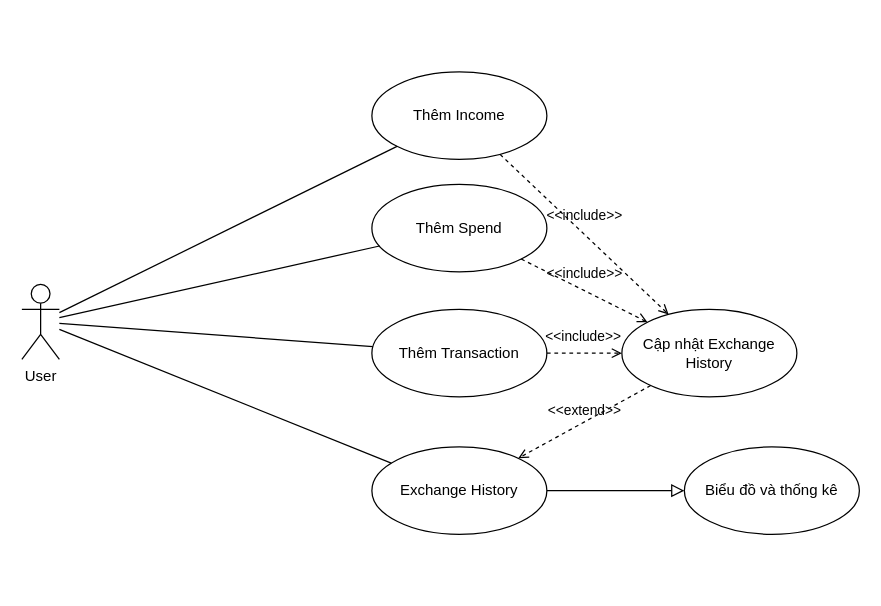
Before: design UML/ExchangeManagement.drawio in vulm-neo01/financial-management, a draw.io diagram. Source tidied: cells renumbered, new cells numbered last; positions are measured from the earlier drawing's top-left corner, leaving out a move shared by most shapes. Both pictures are drawn from the tidied source at 125%, with x=0, y=0 at pixel (21, 71).
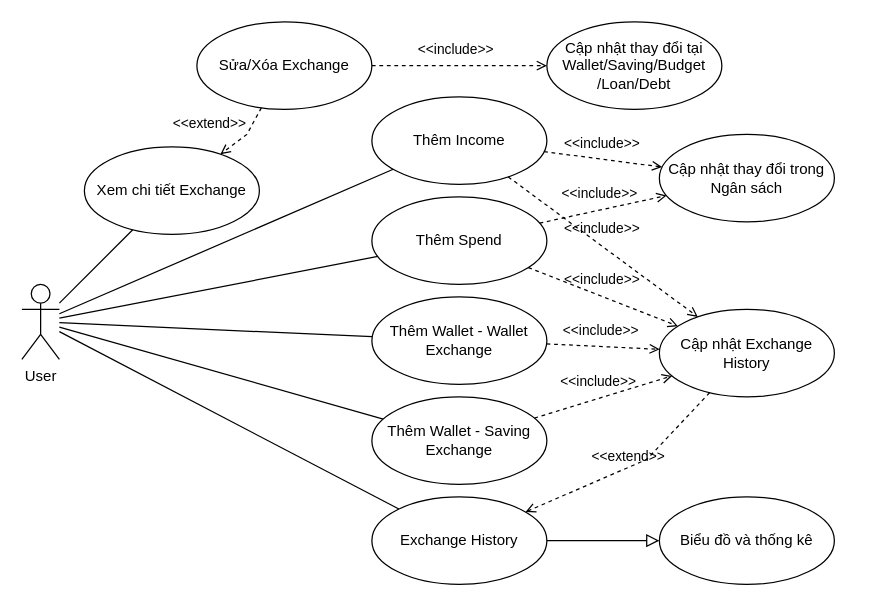
After the change.

Unchanged cells that the change refers to:
```xml
<mxCell id="2" value="User" style="shape=umlActor;verticalLabelPosition=bottom;verticalAlign=top;html=1;outlineConnect=0;" parent="1" vertex="1">
  <mxGeometry y="170" width="30" height="60" as="geometry" />
</mxCell>
```

What changed in the source:
```diff
@@
     <mxCell id="3" value="Thêm Spend" style="ellipse;whiteSpace=wrap;html=1;" parent="1" vertex="1">
-      <mxGeometry x="280" y="90" width="140" height="70" as="geometry" />
+      <mxGeometry x="280" y="100" width="140" height="70" as="geometry" />
     </mxCell>
-    <mxCell id="4" value="Thêm Transaction" style="ellipse;whiteSpace=wrap;html=1;" parent="1" vertex="1">
-      <mxGeometry x="280" y="190" width="140" height="70" as="geometry" />
+    <mxCell id="4" value="Thêm Wallet - Wallet Exchange" style="ellipse;whiteSpace=wrap;html=1;" parent="1" vertex="1">
+      <mxGeometry x="280" y="180" width="140" height="70" as="geometry" />
     </mxCell>
     <mxCell id="5" value="Exchange History" style="ellipse;whiteSpace=wrap;html=1;" parent="1" vertex="1">
-      <mxGeometry x="280" y="300" width="140" height="70" as="geometry" />
+      <mxGeometry x="280" y="340" width="140" height="70" as="geometry" />
     </mxCell>
@@
     <mxCell id="9" value="Cập nhật Exchange History" style="ellipse;whiteSpace=wrap;html=1;" parent="1" vertex="1">
-      <mxGeometry x="480" y="190" width="140" height="70" as="geometry" />
+      <mxGeometry x="510" y="190" width="140" height="70" as="geometry" />
     </mxCell>
@@
     <mxCell id="12" value="&amp;lt;&amp;lt;extend&amp;gt;&amp;gt;" style="html=1;verticalAlign=bottom;labelBackgroundColor=none;endArrow=open;endFill=0;dashed=1;rounded=0;" parent="1" edge="1" source="9" target="5">
-      <mxGeometry relative="1" as="geometry" />
+      <mxGeometry relative="1" as="geometry">
+        <Array as="points">
+          <mxPoint x="500" y="310" />
+        </Array>
+      </mxGeometry>
     </mxCell>
     <mxCell id="13" value="Thêm Income" style="ellipse;whiteSpace=wrap;html=1;" parent="1" vertex="1">
-      <mxGeometry x="280" width="140" height="70" as="geometry" />
+      <mxGeometry x="280" y="20" width="140" height="70" as="geometry" />
     </mxCell>
@@
     <mxCell id="16" value="Biểu đồ và thống kê" style="ellipse;whiteSpace=wrap;html=1;" parent="1" vertex="1">
-      <mxGeometry x="530" y="300" width="140" height="70" as="geometry" />
+      <mxGeometry x="510" y="340" width="140" height="70" as="geometry" />
     </mxCell>
@@
+    <mxCell id="19" value="Thêm Wallet - Saving Exchange" style="ellipse;whiteSpace=wrap;html=1;" parent="1" vertex="1">
+      <mxGeometry x="280" y="260" width="140" height="70" as="geometry" />
+    </mxCell>
+    <mxCell id="20" style="endArrow=none;html=1;rounded=0;" parent="1" edge="1" source="2" target="19">
+      <mxGeometry relative="1" as="geometry" />
+    </mxCell>
+    <mxCell id="21" value="&amp;lt;&amp;lt;include&amp;gt;&amp;gt;" style="html=1;verticalAlign=bottom;labelBackgroundColor=none;endArrow=open;endFill=0;dashed=1;rounded=0;" parent="1" edge="1" source="19" target="9">
+      <mxGeometry x="-0.04" y="4" relative="1" as="geometry" />
+    </mxCell>
+    <mxCell id="22" value="Cập nhật thay đổi trong Ngân sách" style="ellipse;whiteSpace=wrap;html=1;" parent="1" vertex="1">
+      <mxGeometry x="510" y="50" width="140" height="70" as="geometry" />
+    </mxCell>
+    <mxCell id="23" value="&amp;lt;&amp;lt;include&amp;gt;&amp;gt;" style="html=1;verticalAlign=bottom;labelBackgroundColor=none;endArrow=open;endFill=0;dashed=1;rounded=0;" parent="1" edge="1" source="13" target="22">
+      <mxGeometry x="-0.04" y="4" relative="1" as="geometry" />
+    </mxCell>
+    <mxCell id="24" value="&amp;lt;&amp;lt;include&amp;gt;&amp;gt;" style="html=1;verticalAlign=bottom;labelBackgroundColor=none;endArrow=open;endFill=0;dashed=1;rounded=0;" parent="1" edge="1" source="3" target="22">
+      <mxGeometry x="-0.04" y="4" relative="1" as="geometry" />
+    </mxCell>
+    <mxCell id="25" value="Xem chi tiết Exchange" style="ellipse;whiteSpace=wrap;html=1;" parent="1" vertex="1">
+      <mxGeometry x="50" y="60" width="140" height="70" as="geometry" />
+    </mxCell>
+    <mxCell id="26" style="endArrow=none;html=1;rounded=0;" parent="1" edge="1" source="2" target="25">
+      <mxGeometry relative="1" as="geometry" />
+    </mxCell>
+    <mxCell id="27" value="Sửa/Xóa Exchange" style="ellipse;whiteSpace=wrap;html=1;" parent="1" vertex="1">
+      <mxGeometry x="140" y="-40" width="140" height="70" as="geometry" />
+    </mxCell>
+    <mxCell id="28" value="&amp;lt;&amp;lt;extend&amp;gt;&amp;gt;" style="html=1;verticalAlign=bottom;labelBackgroundColor=none;endArrow=open;endFill=0;dashed=1;rounded=0;" parent="1" edge="1" source="27" target="25">
+      <mxGeometry x="0.9" y="-18" relative="1" as="geometry">
+        <Array as="points">
+          <mxPoint x="180" y="50" />
+        </Array>
+      </mxGeometry>
+    </mxCell>
+    <mxCell id="29" value="Cập nhật thay đổi tại Wallet/Saving/Budget&lt;br&gt;/Loan/Debt" style="ellipse;whiteSpace=wrap;html=1;" parent="1" vertex="1">
+      <mxGeometry x="420" y="-40" width="140" height="70" as="geometry" />
+    </mxCell>
+    <mxCell id="30" value="&amp;lt;&amp;lt;include&amp;gt;&amp;gt;" style="html=1;verticalAlign=bottom;labelBackgroundColor=none;endArrow=open;endFill=0;dashed=1;rounded=0;" parent="1" edge="1" source="27" target="29">
+      <mxGeometry x="-0.04" y="4" relative="1" as="geometry" />
+    </mxCell>
```
